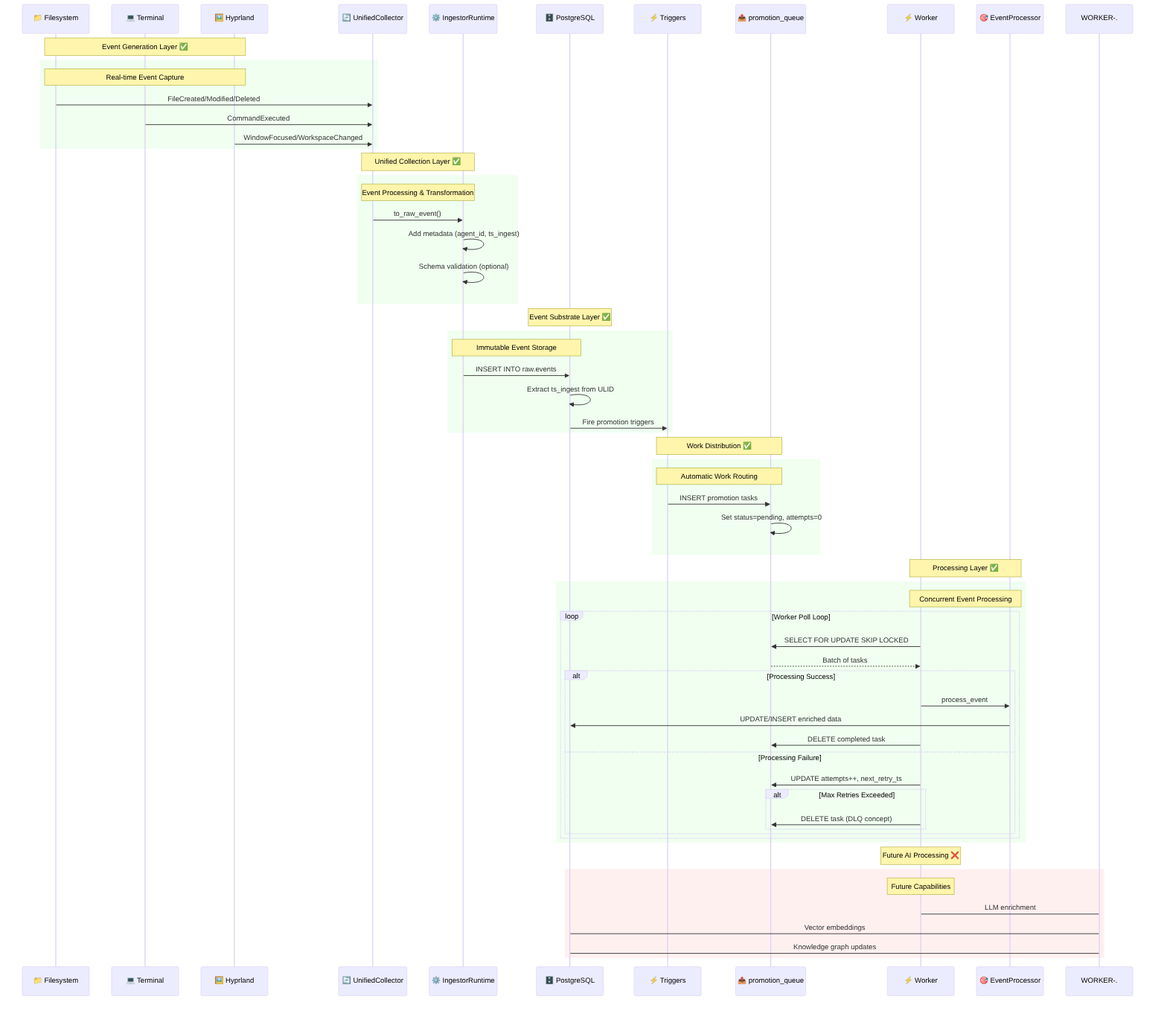
Sinity/sinex keeps this Mermaid diagram as spec/diagram/event_flow.png. Above is the earlier version. Its source is kept beside it as spec/diagram/event_flow.mmd. The source it was exported from:
```mermaid
sequenceDiagram
    participant FS as 📁 Filesystem
    participant TERM as 💻 Terminal
    participant WM as 🖼️ Hyprland
    participant UC as 🔄 UnifiedCollector
    participant RT as ⚙️ IngestorRuntime
    participant DB as 🗄️ PostgreSQL
    participant TRG as ⚡ Triggers
    participant QUEUE as 📤 work_queue
    participant WORKER as ⚡ Worker
    participant PROC as 🎯 EventProcessor

    Note over FS,WM: Event Generation Layer ✅

    rect rgb(240, 255, 240)
        Note over FS,WM: Real-time Event Capture
        FS->>UC: FileCreated/Modified/Deleted
        TERM->>UC: CommandExecuted
        WM->>UC: WindowFocused/WorkspaceChanged
    end

    Note over UC,RT: Unified Collection Layer ✅

    rect rgb(240, 255, 240)
        Note over UC,RT: Event Processing & Transformation
        UC->>RT: to_raw_event()
        RT->>RT: Add metadata (agent_id, ts_ingest)
        RT->>RT: Schema validation (optional)
    end

    Note over DB: Event Substrate Layer ✅

    rect rgb(240, 255, 240)
        Note over RT,DB: Immutable Event Storage
        RT->>DB: INSERT INTO raw.events
        DB->>DB: Extract ts_ingest from ULID
        DB->>TRG: Fire promotion triggers
    end

    Note over TRG,QUEUE: Work Distribution ✅

    rect rgb(240, 255, 240)
        Note over TRG,QUEUE: Automatic Work Routing
        TRG->>QUEUE: INSERT promotion tasks
        QUEUE->>QUEUE: Set status=pending, attempts=0
    end

    Note over WORKER,PROC: Processing Layer ✅

    rect rgb(240, 255, 240)
        Note over WORKER,PROC: Concurrent Event Processing
        loop Worker Poll Loop
            WORKER->>QUEUE: SELECT FOR UPDATE SKIP LOCKED
            QUEUE-->>WORKER: Batch of tasks

            alt Processing Success
                WORKER->>PROC: process_event
                PROC->>DB: UPDATE/INSERT enriched data
                WORKER->>QUEUE: DELETE completed task
            else Processing Failure
                WORKER->>QUEUE: UPDATE attempts++, next_retry_ts
                alt Max Retries Exceeded
                    WORKER->>QUEUE: DELETE task (DLQ concept)
                end
            end
        end
    end

    Note over WORKER: Future AI Processing ❌

    rect rgb(255, 240, 240)
        Note over WORKER: Future Capabilities
        WORKER-.->WORKER: LLM enrichment
        WORKER-.->DB: Vector embeddings
        WORKER-.->DB: Knowledge graph updates
    end
```
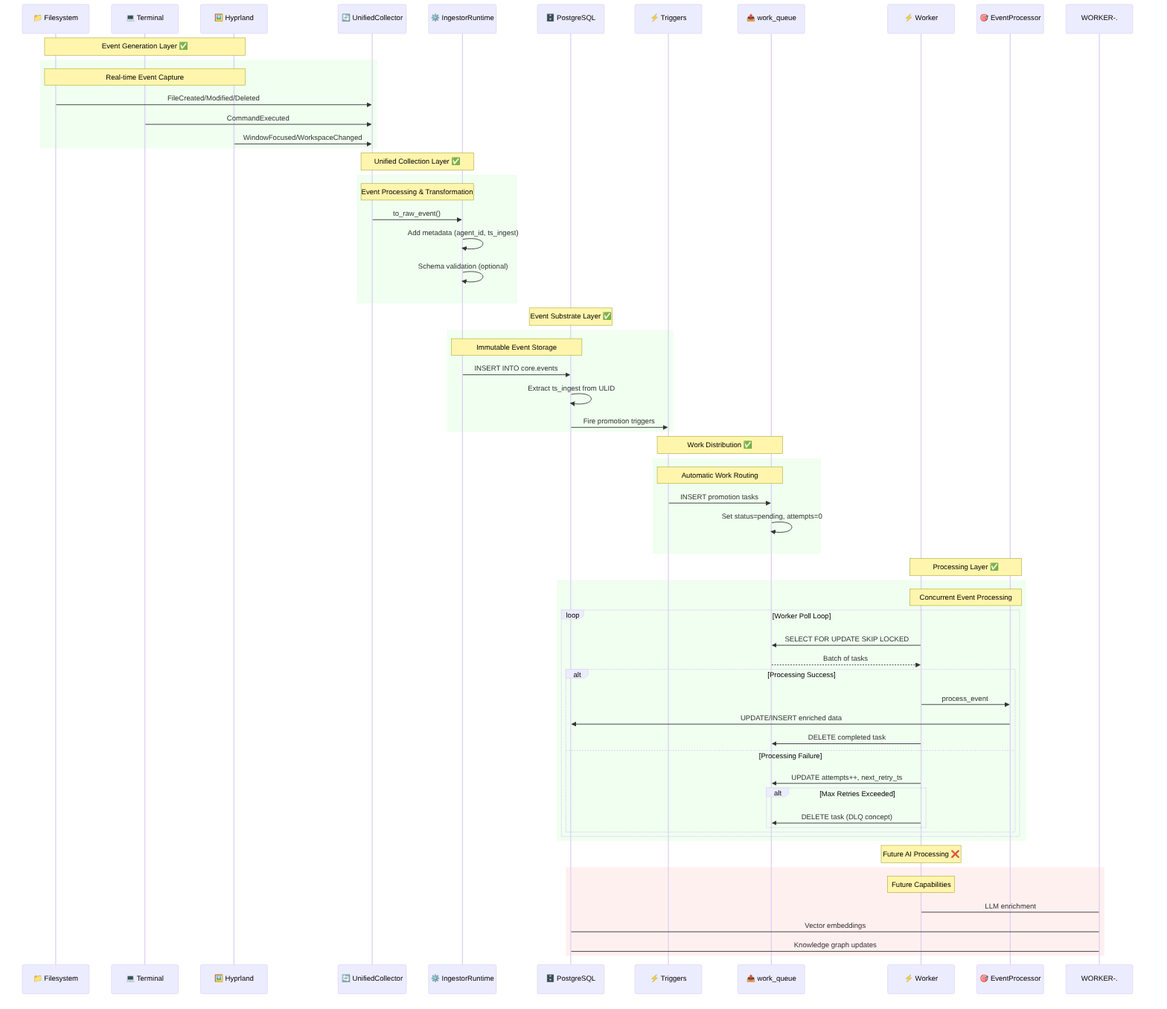
Above is the later version.

The edit, as a diff of the source:
```diff
@@ -32,7 +32,7 @@
 
     rect rgb(240, 255, 240)
         Note over RT,DB: Immutable Event Storage
-        RT->>DB: INSERT INTO raw.events
+        RT->>DB: INSERT INTO core.events
         DB->>DB: Extract ts_ingest from ULID
         DB->>TRG: Fire promotion triggers
     end
```
